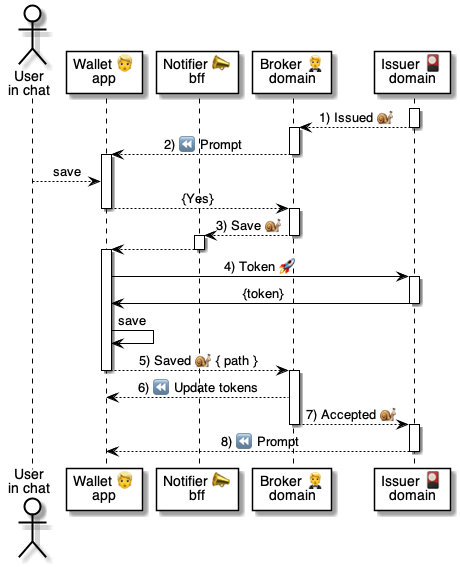
The PlantUML diagram 5 ⏩ Flows/60 🎴⏩ Issuers/.📎 Assets/⚙️ Offer.png in pollyweb-org/pollyweb-docs, before a commit. Its source is kept beside it as 5 ⏩ Flows/60 🎴⏩ Issuers/.📎 Assets/⚙️ Offer.puml. Source of this version:
```plantuml
@startuml Accept()


actor "User\nin chat" as user
participant "Wallet 👱\napp" as wallet
participant "Notifier 📣\nbff" as notifier
participant "Broker 🤵\ndomain" as broker
participant "Issuer 🎴\ndomain" as issuer

activate issuer
    issuer --> broker: 1) Issued 🐌
deactivate issuer

activate broker
    broker --> wallet: 2) ⏪ Prompt
deactivate broker

activate wallet
    user --> wallet: save
    wallet --> broker: {Yes}
deactivate wallet

activate broker
    broker --> notifier: 3) Save 🐌
deactivate broker

activate notifier
    notifier --> wallet
deactivate notifier

activate wallet
    wallet -> issuer: 4) Token 🚀
    activate issuer
        issuer -> wallet: {token}
    deactivate issuer
    wallet -> wallet: save

    wallet --> broker: 5) Saved 🐌 { path }
deactivate wallet

activate broker
    broker --> wallet: 6) ⏪ Update tokens
    broker --> issuer: 7) Accepted 🐌
deactivate broker

activate issuer
    issuer --> wallet: 8) ⏪ Prompt
deactivate issuer


@enduml
```
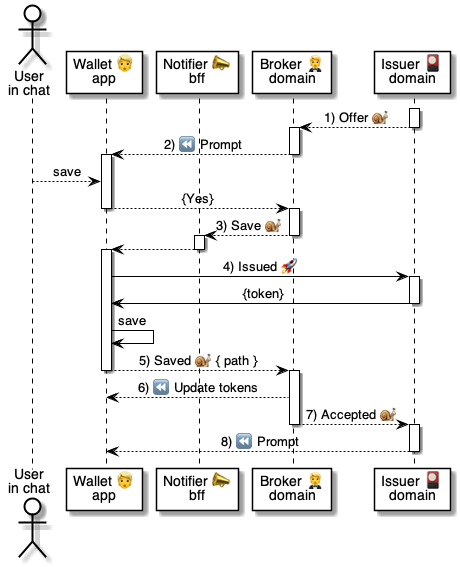
The same diagram one commit later.

Diff of the diagram source:
```diff
@@ -8,7 +8,7 @@
 participant "Issuer 🎴\ndomain" as issuer
 
 activate issuer
-    issuer --> broker: 1) Issued 🐌
+    issuer --> broker: 1) Offer 🐌
 deactivate issuer
 
 activate broker
@@ -29,7 +29,7 @@
 deactivate notifier
 
 activate wallet
-    wallet -> issuer: 4) Token 🚀
+    wallet -> issuer: 4) Issued 🚀
     activate issuer
         issuer -> wallet: {token}
     deactivate issuer
```
